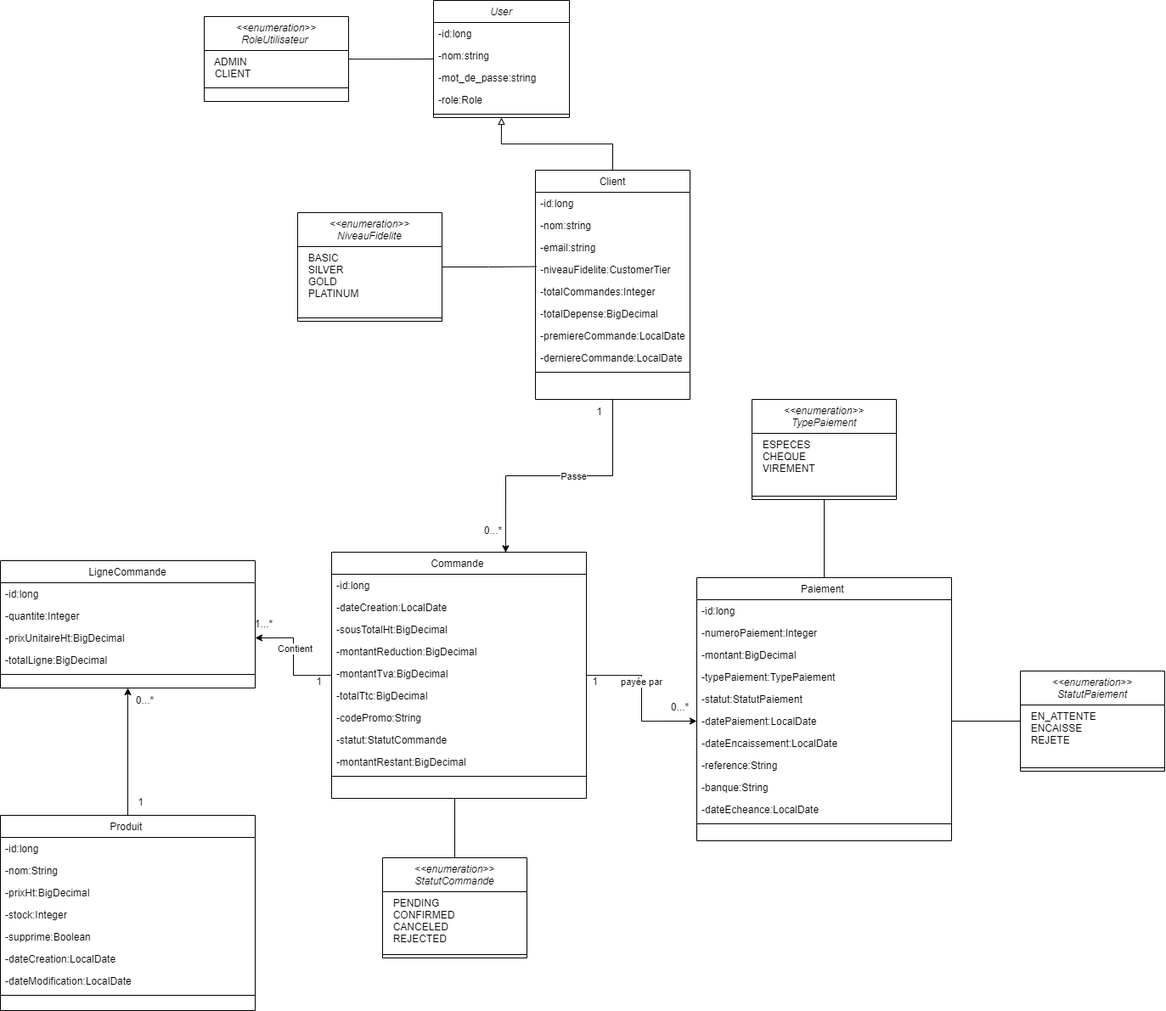
Hichamelhmaydi/SmartShop keeps this draw.io diagram as UML/SmartShop-V2.png. Above is the earlier version. Source tidied: cells renumbered, new cells last; positions are measured from the earlier drawing's top-left corner, leaving out a move shared by most shapes.
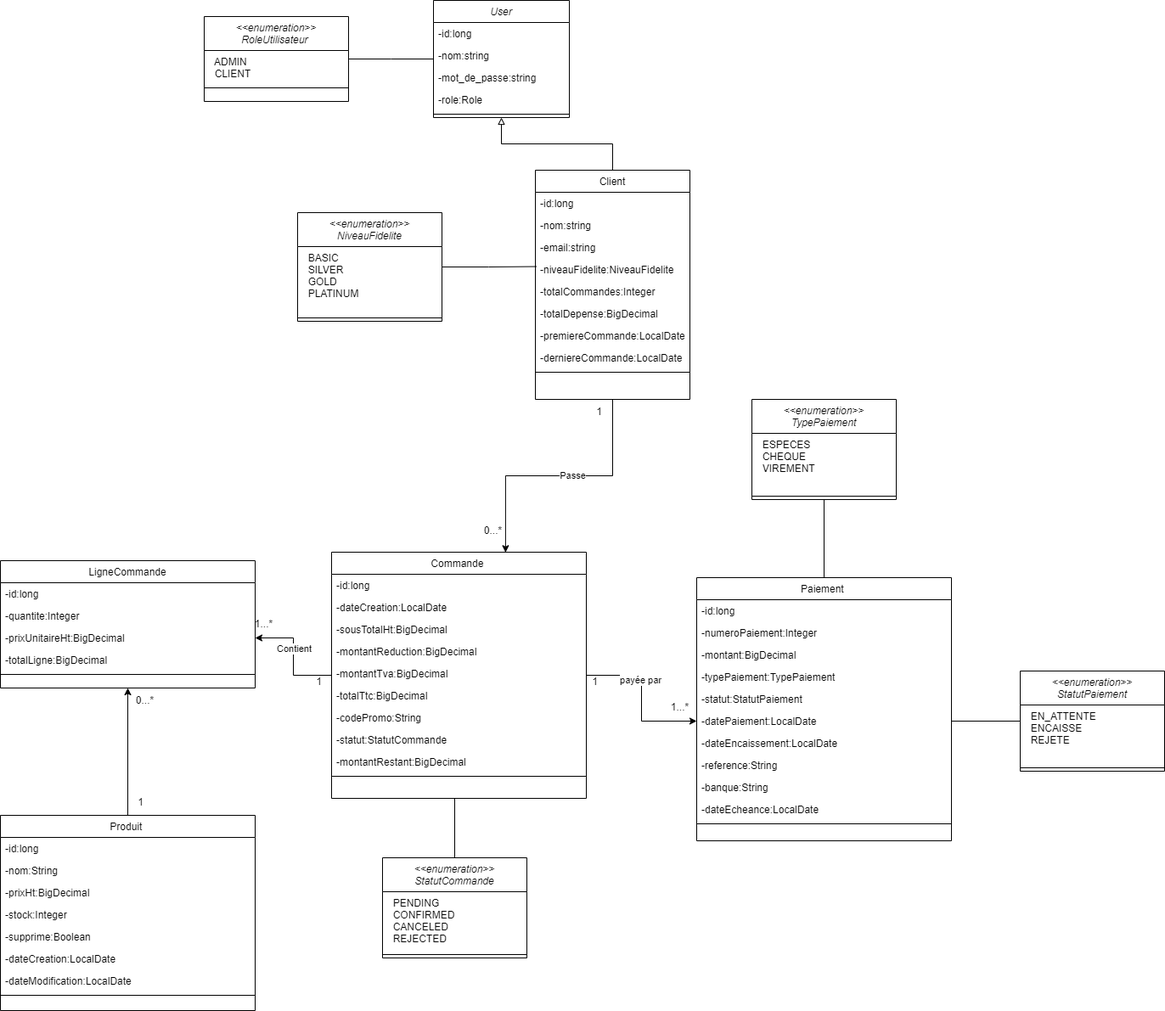
The same diagram one commit later.

Commit message:
Add Client entity and NiveauFidelite enum for client management

The edit, as a diff of the source:
```diff
@@ -35,7 +35,7 @@
     <mxCell id="12" value="-email:string" style="text;align=left;verticalAlign=top;spacingLeft=4;spacingRight=4;overflow=hidden;rounded=0;shadow=0;html=0;" parent="9" vertex="1">
       <mxGeometry y="78" width="182" height="26" as="geometry" />
     </mxCell>
-    <mxCell id="13" value="-niveauFidelite:CustomerTier " style="text;align=left;verticalAlign=top;spacingLeft=4;spacingRight=4;overflow=hidden;points=[[0,0.5],[1,0.5]];portConstraint=eastwest;rounded=0;shadow=0;html=0;" parent="9" vertex="1">
+    <mxCell id="13" value="-niveauFidelite:NiveauFidelite" style="text;align=left;verticalAlign=top;spacingLeft=4;spacingRight=4;overflow=hidden;points=[[0,0.5],[1,0.5]];portConstraint=eastwest;rounded=0;shadow=0;html=0;" parent="9" vertex="1">
       <mxGeometry y="104" width="182" height="26" as="geometry" />
     </mxCell>
     <mxCell id="14" value="-totalCommandes:Integer " style="text;align=left;verticalAlign=top;spacingLeft=4;spacingRight=4;overflow=hidden;rounded=0;shadow=0;html=0;" parent="9" vertex="1">
@@ -226,7 +226,7 @@
     <mxCell id="75" style="line;html=1;strokeWidth=1;align=left;verticalAlign=middle;spacingTop=-1;spacingLeft=3;spacingRight=3;labelPosition=right;" parent="64" vertex="1">
       <mxGeometry y="286" width="300" height="8" as="geometry" />
     </mxCell>
-    <mxCell id="76" value="0...*" style="text;html=1;align=center;verticalAlign=middle;strokeColor=none;fillColor=none;" parent="1" vertex="1">
+    <mxCell id="76" value="1...*" style="text;html=1;align=center;verticalAlign=middle;strokeColor=none;fillColor=none;" parent="1" vertex="1">
       <mxGeometry x="780" y="818" width="40" height="30" as="geometry" />
     </mxCell>
     <mxCell id="77" value="1" style="text;html=1;align=center;verticalAlign=middle;strokeColor=none;fillColor=none;" parent="1" vertex="1">
```
